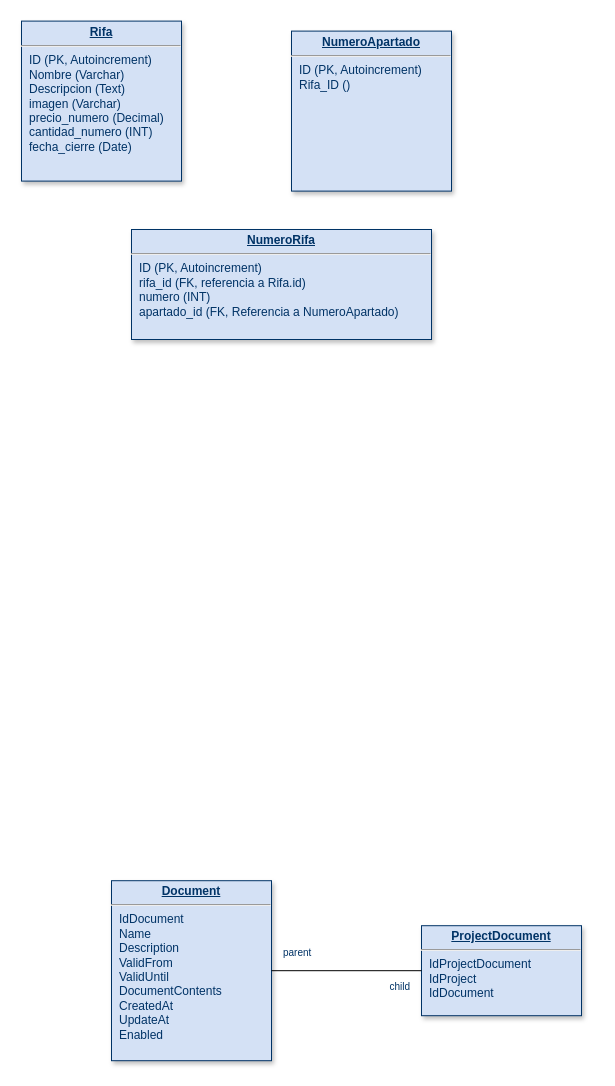
EJCM05/DiagramasDB keeps this draw.io diagram as Diagrama sin título.drawio. Above is the earlier version. Source tidied: cells renumbered, new cells numbered last; positions are measured from the earlier drawing's top-left corner, leaving out a move shared by most shapes. Both pictures are drawn from the tidied source at 100%, with x=0, y=0 at pixel (21, 21).
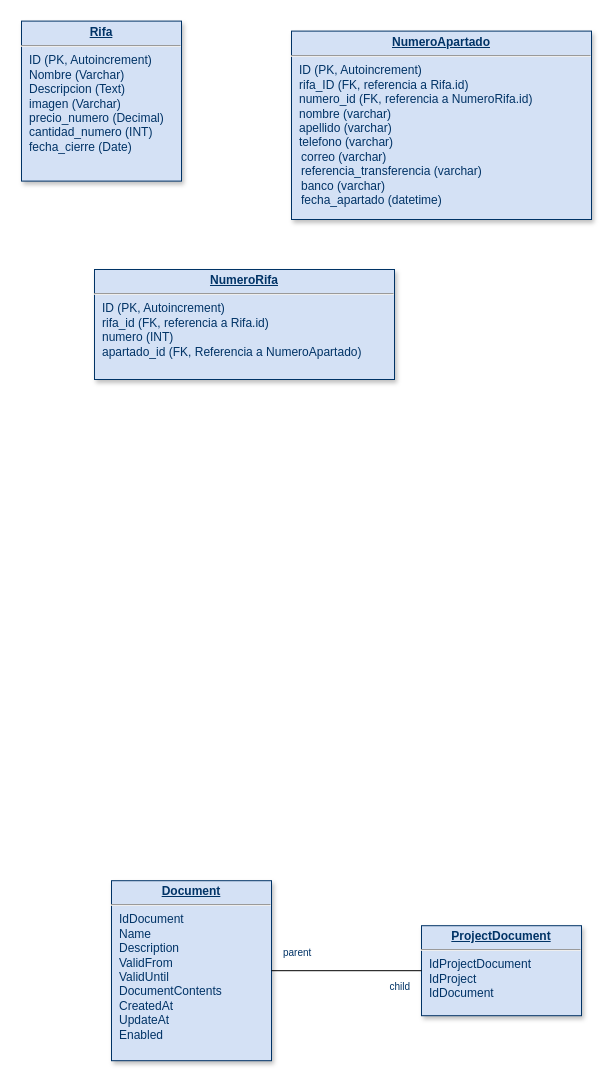
The same diagram, later.

Diff of the diagram source:
```diff
@@
 <mxGraphModel>
   <root>
     <mxCell id="0" />
     <mxCell id="1" parent="0" />
     <mxCell id="2" value="&lt;p style=&quot;margin: 0px; margin-top: 4px; text-align: center; text-decoration: underline;&quot;&gt;&lt;b&gt;Rifa&lt;/b&gt;&lt;/p&gt;&lt;hr&gt;&lt;p style=&quot;margin: 0px; margin-left: 8px;&quot;&gt;ID (PK, Autoincrement)&lt;/p&gt;&lt;p style=&quot;margin: 0px; margin-left: 8px;&quot;&gt;Nombre (Varchar)&lt;/p&gt;&lt;p style=&quot;margin: 0px; margin-left: 8px;&quot;&gt;Descripcion (Text)&lt;/p&gt;&lt;p style=&quot;margin: 0px; margin-left: 8px;&quot;&gt;imagen (Varchar)&lt;/p&gt;&lt;p style=&quot;margin: 0px; margin-left: 8px;&quot;&gt;precio_numero (Decimal)&lt;/p&gt;&lt;p style=&quot;margin: 0px; margin-left: 8px;&quot;&gt;cantidad_numero (INT)&lt;/p&gt;&lt;p style=&quot;margin: 0px; margin-left: 8px;&quot;&gt;fecha_cierre (Date)&lt;/p&gt;" style="verticalAlign=top;align=left;overflow=fill;fontSize=12;fontFamily=Helvetica;html=1;strokeColor=#003366;shadow=1;fillColor=#D4E1F5;fontColor=#003366;" parent="1" vertex="1">
       <mxGeometry y="-0.4" width="160" height="160" as="geometry" />
     </mxCell>
     <mxCell id="3" value="&lt;p style=&quot;margin: 0px; margin-top: 4px; text-align: center; text-decoration: underline;&quot;&gt;&lt;strong&gt;Document&lt;/strong&gt;&lt;/p&gt;&lt;hr /&gt;&lt;p style=&quot;margin: 0px; margin-left: 8px;&quot;&gt;IdDocument&lt;/p&gt;&lt;p style=&quot;margin: 0px; margin-left: 8px;&quot;&gt;Name&lt;/p&gt;&lt;p style=&quot;margin: 0px; margin-left: 8px;&quot;&gt;Description&lt;/p&gt;&lt;p style=&quot;margin: 0px; margin-left: 8px;&quot;&gt;ValidFrom&lt;/p&gt;&lt;p style=&quot;margin: 0px; margin-left: 8px;&quot;&gt;ValidUntil&lt;/p&gt;&lt;p style=&quot;margin: 0px; margin-left: 8px;&quot;&gt;DocumentContents&lt;/p&gt;&lt;p style=&quot;margin: 0px; margin-left: 8px;&quot;&gt;CreatedAt&lt;/p&gt;&lt;p style=&quot;margin: 0px; margin-left: 8px;&quot;&gt;UpdateAt&lt;/p&gt;&lt;p style=&quot;margin: 0px; margin-left: 8px;&quot;&gt;Enabled&lt;/p&gt;" style="verticalAlign=top;align=left;overflow=fill;fontSize=12;fontFamily=Helvetica;html=1;strokeColor=#003366;shadow=1;fillColor=#D4E1F5;fontColor=#003366;" parent="1" vertex="1">
       <mxGeometry x="90" y="859.2" width="160" height="180" as="geometry" />
     </mxCell>
     <mxCell id="4" value="&lt;p style=&quot;margin: 0px ; margin-top: 4px ; text-align: center ; text-decoration: underline&quot;&gt;&lt;strong&gt;ProjectDocument&lt;/strong&gt;&lt;/p&gt;&lt;hr&gt;&lt;p style=&quot;margin: 0px ; margin-left: 8px&quot;&gt;IdProjectDocument&lt;/p&gt;&lt;p style=&quot;margin: 0px ; margin-left: 8px&quot;&gt;IdProject&lt;/p&gt;&lt;p style=&quot;margin: 0px ; margin-left: 8px&quot;&gt;IdDocument&lt;/p&gt;" style="verticalAlign=top;align=left;overflow=fill;fontSize=12;fontFamily=Helvetica;html=1;strokeColor=#003366;shadow=1;fillColor=#D4E1F5;fontColor=#003366;" parent="1" vertex="1">
       <mxGeometry x="400" y="904.2" width="160" height="90" as="geometry" />
     </mxCell>
     <mxCell id="5" style="endArrow=none;edgeStyle=orthogonalEdgeStyle;" parent="1" edge="1" source="3" target="4">
       <mxGeometry x="190" y="950" as="geometry" />
     </mxCell>
     <mxCell id="6" value="parent" style="align=left;verticalAlign=bottom;labelBackgroundColor=#ffffff;fontSize=10;strokeColor=#003366;shadow=1;fillColor=#D4E1F5;fontColor=#003366;" parent="5" vertex="1">
       <mxGeometry x="-1" relative="1" as="geometry">
         <mxPoint x="10" y="-10" as="offset" />
       </mxGeometry>
     </mxCell>
     <mxCell id="7" value="child" style="align=right;verticalAlign=bottom;labelBackgroundColor=#ffffff;fontSize=10;strokeColor=#003366;shadow=1;fillColor=#D4E1F5;fontColor=#003366;" parent="5" vertex="1">
       <mxGeometry x="1" relative="1" as="geometry">
         <mxPoint x="-10" y="23.8" as="offset" />
       </mxGeometry>
     </mxCell>
-    <mxCell id="8" value="&lt;p style=&quot;margin: 0px; margin-top: 4px; text-align: center; text-decoration: underline;&quot;&gt;&lt;b&gt;NumeroApartado&lt;/b&gt;&lt;/p&gt;&lt;hr&gt;&lt;p style=&quot;margin: 0px; margin-left: 8px;&quot;&gt;ID (PK, Autoincrement)&lt;/p&gt;&lt;p style=&quot;margin: 0px; margin-left: 8px;&quot;&gt;Rifa_ID ()&lt;/p&gt;" style="verticalAlign=top;align=left;overflow=fill;fontSize=12;fontFamily=Helvetica;html=1;strokeColor=#003366;shadow=1;fillColor=#D4E1F5;fontColor=#003366;" parent="1" vertex="1">
-      <mxGeometry x="270" y="9.6" width="160" height="160" as="geometry" />
+    <mxCell id="8" value="&lt;p style=&quot;margin: 0px; margin-top: 4px; text-align: center; text-decoration: underline;&quot;&gt;&lt;b&gt;NumeroApartado&lt;/b&gt;&lt;/p&gt;&lt;hr&gt;&lt;p style=&quot;margin: 0px; margin-left: 8px;&quot;&gt;ID (PK, Autoincrement)&lt;/p&gt;&lt;p style=&quot;margin: 0px; margin-left: 8px;&quot;&gt;rifa_ID (FK, referencia a Rifa.id)&lt;/p&gt;&lt;p style=&quot;margin: 0px; margin-left: 8px;&quot;&gt;numero_id (FK, referencia a NumeroRifa.id)&lt;/p&gt;&lt;p style=&quot;margin: 0px; margin-left: 8px;&quot;&gt;nombre (varchar)&lt;/p&gt;&lt;p style=&quot;margin: 0px 0px 0px 8px;&quot;&gt;apellido (varchar)&lt;/p&gt;&lt;div&gt;&lt;p style=&quot;margin: 0px 0px 0px 8px;&quot;&gt;telefono (varchar)&lt;/p&gt;&lt;div&gt;&amp;nbsp; &amp;nbsp;correo&lt;span style=&quot;background-color: transparent; color: light-dark(rgb(0, 51, 102), rgb(161, 205, 249));&quot;&gt;&amp;nbsp;(varchar)&lt;/span&gt;&lt;/div&gt;&lt;div&gt;&amp;nbsp; &amp;nbsp;referencia_transferencia&lt;span style=&quot;background-color: transparent; color: light-dark(rgb(0, 51, 102), rgb(161, 205, 249));&quot;&gt;&amp;nbsp;(varchar)&lt;/span&gt;&lt;/div&gt;&lt;div&gt;&lt;span style=&quot;background-color: transparent; color: light-dark(rgb(0, 51, 102), rgb(161, 205, 249));&quot;&gt;&amp;nbsp; &amp;nbsp;banco (varchar)&lt;/span&gt;&lt;/div&gt;&lt;div&gt;&amp;nbsp; &amp;nbsp;fecha_apartado (datetime)&lt;/div&gt;&lt;div&gt;&lt;span style=&quot;background-color: transparent; color: light-dark(rgb(0, 51, 102), rgb(161, 205, 249));&quot;&gt;&lt;br&gt;&lt;/span&gt;&lt;/div&gt;&lt;div&gt;&lt;span style=&quot;background-color: transparent; color: light-dark(rgb(0, 51, 102), rgb(161, 205, 249));&quot;&gt;&lt;br&gt;&lt;/span&gt;&lt;/div&gt;&lt;/div&gt;&lt;p style=&quot;margin: 0px; margin-left: 8px;&quot;&gt;&lt;/p&gt;&lt;p style=&quot;margin: 0px; margin-left: 8px;&quot;&gt;&lt;span style=&quot;color: rgba(0, 0, 0, 0); font-family: monospace; font-size: 0px;&quot;&gt;&lt;br&gt;&lt;/span&gt;&lt;/p&gt;&lt;p style=&quot;margin: 0px; margin-left: 8px;&quot;&gt;&lt;span style=&quot;color: rgba(0, 0, 0, 0); font-family: monospace; font-size: 0px;&quot;&gt;&lt;br&gt;&lt;/span&gt;&lt;/p&gt;" style="verticalAlign=top;align=left;overflow=fill;fontSize=12;fontFamily=Helvetica;html=1;strokeColor=#003366;shadow=1;fillColor=#D4E1F5;fontColor=#003366;" parent="1" vertex="1">
+      <mxGeometry x="270" y="9.6" width="300" height="188.4" as="geometry" />
     </mxCell>
     <mxCell id="9" value="&lt;p style=&quot;margin: 0px; margin-top: 4px; text-align: center; text-decoration: underline;&quot;&gt;&lt;b&gt;NumeroRifa&lt;/b&gt;&lt;/p&gt;&lt;hr&gt;&lt;p style=&quot;margin: 0px; margin-left: 8px;&quot;&gt;ID (PK, Autoincrement)&lt;/p&gt;&lt;p style=&quot;margin: 0px; margin-left: 8px;&quot;&gt;rifa_id (FK, referencia a Rifa.id)&lt;/p&gt;&lt;p style=&quot;margin: 0px; margin-left: 8px;&quot;&gt;numero (INT)&lt;/p&gt;&lt;p style=&quot;margin: 0px; margin-left: 8px;&quot;&gt;apartado_id (FK, Referencia a NumeroApartado)&lt;/p&gt;&lt;p style=&quot;margin: 0px; margin-left: 8px;&quot;&gt;&lt;br&gt;&lt;/p&gt;" style="verticalAlign=top;align=left;overflow=fill;fontSize=12;fontFamily=Helvetica;html=1;strokeColor=#003366;shadow=1;fillColor=#D4E1F5;fontColor=#003366;" parent="1" vertex="1">
-      <mxGeometry x="110" y="208" width="300" height="110" as="geometry" />
+      <mxGeometry x="73" y="248" width="300" height="110" as="geometry" />
     </mxCell>
   </root>
 </mxGraphModel>
```
